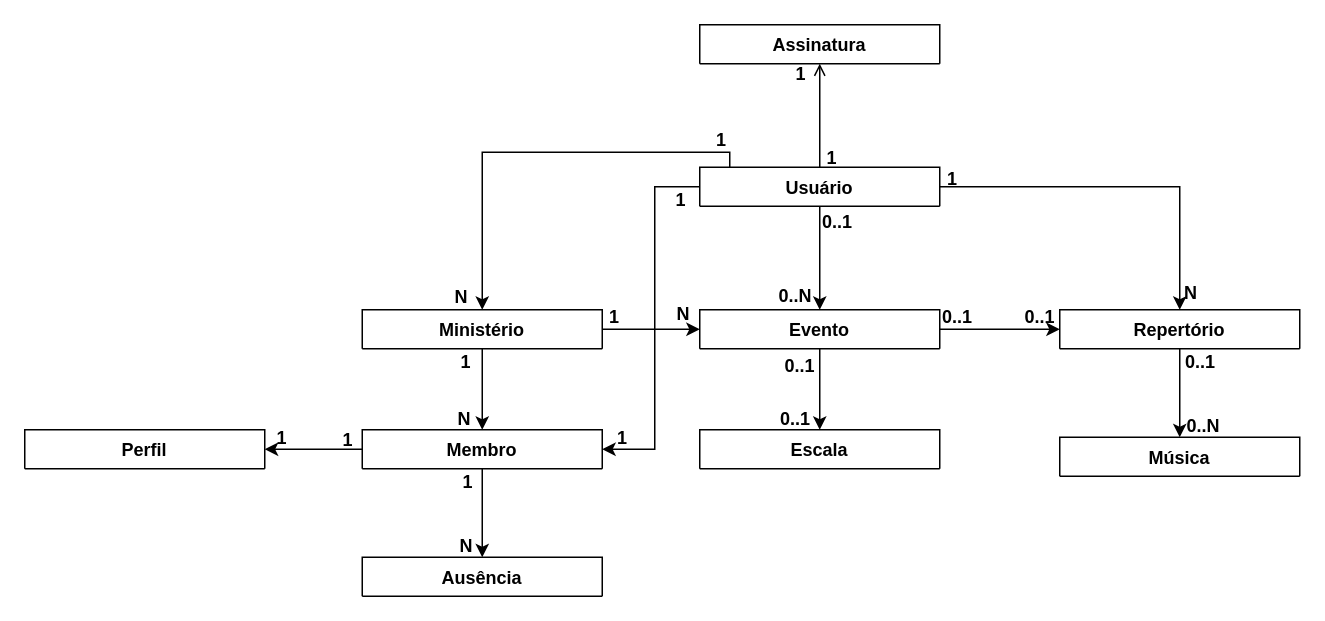
dan-freire/escalamm keeps this draw.io diagram as page "Diag. Classes" (1 of 2) of Diagrama sem nome.drawio. Above is the earlier version. Source tidied: cells renumbered, new cells numbered last; positions are measured from the earlier drawing's top-left corner, leaving out a move shared by most shapes. Both pictures are drawn from the tidied source at 150%, with x=0, y=0 at pixel (24, -81).
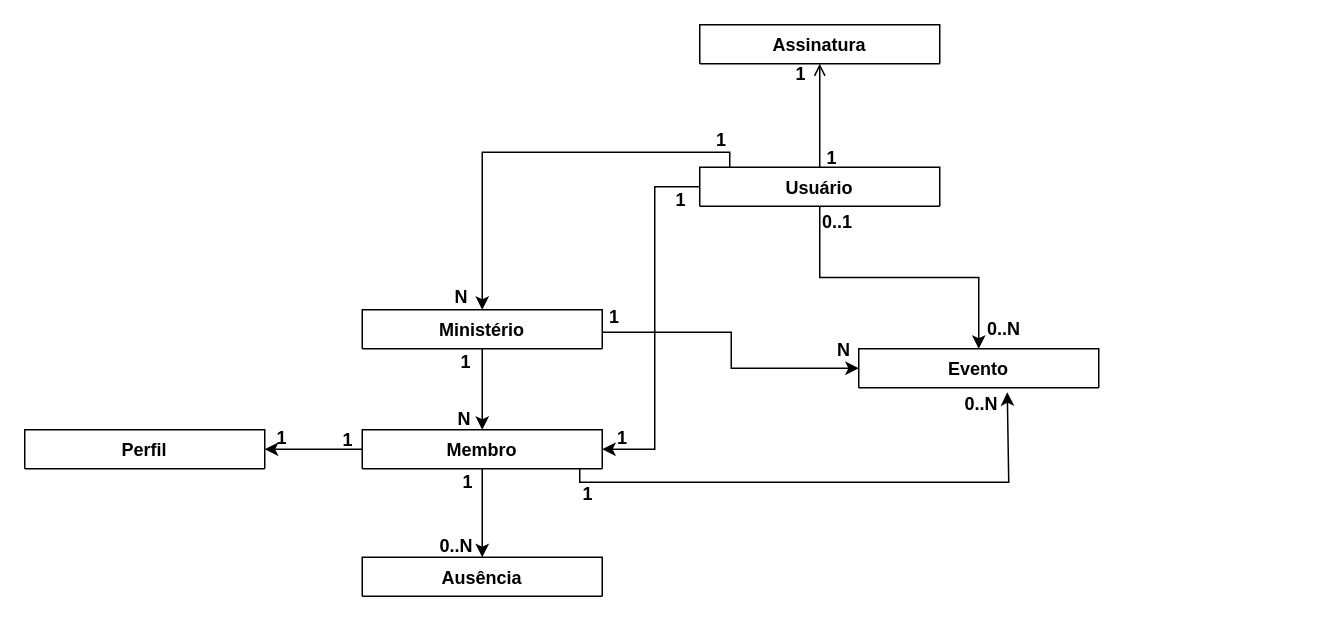
The same diagram, later.

Commit message:
Atulização diagrama caso de uso

Unchanged cells that the change refers to:
```xml
<mxCell id="6" value="Usuário" style="swimlane;fontStyle=1;align=center;verticalAlign=top;horizontal=1;startSize=26;rounded=0;shadow=0;strokeWidth=1;" parent="1" vertex="1" collapsed="1">
  <mxGeometry x="450" y="165" width="160" height="26" as="geometry" />
</mxCell>
<mxCell id="17" value="Membro" style="swimlane;fontStyle=1;align=center;verticalAlign=top;horizontal=1;startSize=26;rounded=0;shadow=0;strokeWidth=1;" parent="1" vertex="1" collapsed="1">
  <mxGeometry x="225" y="340" width="160" height="26" as="geometry" />
</mxCell>
<mxCell id="21" value="Ministério" style="swimlane;fontStyle=1;align=center;verticalAlign=top;horizontal=1;startSize=26;rounded=0;shadow=0;strokeWidth=1;" parent="1" vertex="1" collapsed="1">
  <mxGeometry x="225" y="260" width="160" height="26" as="geometry" />
</mxCell>
```

What changed in the source:
```diff
@@
-    <mxCell id="5" style="edgeStyle=orthogonalEdgeStyle;rounded=0;jettySize=auto;html=1;" parent="1" edge="1" source="6" target="32">
-      <mxGeometry relative="1" as="geometry">
-        <Array as="points">
-          <mxPoint x="770" y="178" />
-        </Array>
-      </mxGeometry>
-    </mxCell>
@@
+    <mxCell id="49" style="edgeStyle=orthogonalEdgeStyle;rounded=0;jettySize=auto;html=1;" parent="1" edge="1" source="17">
+      <mxGeometry relative="1" as="geometry">
+        <mxPoint x="655" y="315" as="targetPoint" />
+        <Array as="points">
+          <mxPoint x="370" y="375" />
+          <mxPoint x="656" y="375" />
+        </Array>
+      </mxGeometry>
+    </mxCell>
@@
-    <mxCell id="18" value="Escala" style="swimlane;fontStyle=1;align=center;verticalAlign=top;horizontal=1;startSize=26;rounded=0;shadow=0;strokeWidth=1;" parent="1" vertex="1" collapsed="1">
-      <mxGeometry x="450" y="340" width="160" height="26" as="geometry" />
-    </mxCell>
@@
-    <mxCell id="20" style="edgeStyle=orthogonalEdgeStyle;rounded=0;jettySize=auto;html=1;fontStyle=1;" parent="1" edge="1" source="21" target="26">
-      <mxGeometry relative="1" as="geometry" />
+    <mxCell id="20" style="rounded=0;jettySize=auto;html=1;fontStyle=1;edgeStyle=orthogonalEdgeStyle;" parent="1" edge="1" source="21" target="26">
+      <mxGeometry relative="1" as="geometry">
+        <Array as="points">
+          <mxPoint x="471" y="275" />
+          <mxPoint x="471" y="299" />
+        </Array>
+      </mxGeometry>
     </mxCell>
@@
-    <mxCell id="24" style="edgeStyle=orthogonalEdgeStyle;rounded=0;jettySize=auto;html=1;entryX=0.5;entryY=0;entryDx=0;entryDy=0;fontStyle=1;" parent="1" edge="1" source="26" target="18">
-      <mxGeometry relative="1" as="geometry" />
-    </mxCell>
-    <mxCell id="25" style="edgeStyle=orthogonalEdgeStyle;rounded=0;jettySize=auto;html=1;fontStyle=1;" parent="1" edge="1" source="26" target="32">
-      <mxGeometry relative="1" as="geometry" />
-    </mxCell>
     <mxCell id="26" value="Evento" style="swimlane;fontStyle=1;align=center;verticalAlign=top;horizontal=1;startSize=26;rounded=0;shadow=0;strokeWidth=1;" parent="1" vertex="1" collapsed="1">
-      <mxGeometry x="450" y="260" width="160" height="26" as="geometry" />
+      <mxGeometry x="556" y="286" width="160" height="26" as="geometry" />
     </mxCell>
@@
     <mxCell id="28" value="N" style="align=left;verticalAlign=bottom;labelBackgroundColor=none;fontSize=12;fontStyle=1;" parent="1" vertex="1">
-      <mxGeometry x="433" y="271" as="geometry" />
+      <mxGeometry x="540" y="295" as="geometry" />
     </mxCell>
-    <mxCell id="29" value="0..1" style="align=right;verticalAlign=bottom;labelBackgroundColor=none;fontSize=12;fontStyle=1;" parent="1" vertex="1">
-      <mxGeometry x="530" y="125" as="geometry">
-        <mxPoint x="-2" y="181" as="offset" />
-      </mxGeometry>
-    </mxCell>
@@
-    <mxCell id="31" style="edgeStyle=elbowEdgeStyle;rounded=0;jettySize=auto;html=1;shadow=0;" parent="1" edge="1" source="32" target="40">
-      <mxGeometry relative="1" as="geometry" />
-    </mxCell>
-    <mxCell id="32" value="Repertório" style="swimlane;fontStyle=1;align=center;verticalAlign=top;horizontal=1;startSize=26;rounded=0;shadow=0;strokeWidth=1;" parent="1" vertex="1" collapsed="1">
-      <mxGeometry x="690" y="260" width="160" height="26" as="geometry" />
-    </mxCell>
-    <mxCell id="33" value="0..1" style="align=right;verticalAlign=bottom;labelBackgroundColor=none;fontSize=12;fontStyle=1;" parent="1" vertex="1">
-      <mxGeometry x="527" y="160" as="geometry">
-        <mxPoint x="-2" y="181" as="offset" />
-      </mxGeometry>
-    </mxCell>
-    <mxCell id="34" value="N" style="align=right;verticalAlign=bottom;labelBackgroundColor=none;fontSize=12;fontStyle=1;" parent="1" vertex="1">
+    <mxCell id="34" value="0..N" style="align=right;verticalAlign=bottom;labelBackgroundColor=none;fontSize=12;fontStyle=1;" parent="1" vertex="1">
       <mxGeometry x="302" y="245" as="geometry">
         <mxPoint x="-2" y="181" as="offset" />
       </mxGeometry>
     </mxCell>
-    <mxCell id="35" value="1" style="align=right;verticalAlign=bottom;labelBackgroundColor=none;fontSize=12;fontStyle=1;" parent="1" vertex="1">
-      <mxGeometry x="625" as="geometry">
-        <mxPoint x="-2" y="181" as="offset" />
-      </mxGeometry>
-    </mxCell>
-    <mxCell id="36" value="0..1" style="align=left;verticalAlign=bottom;labelBackgroundColor=none;fontSize=12;fontStyle=1;" parent="1" vertex="1">
-      <mxGeometry x="610" y="273" as="geometry" />
-    </mxCell>
-    <mxCell id="37" value="0..1" style="align=right;verticalAlign=bottom;labelBackgroundColor=none;fontSize=12;fontStyle=1;" parent="1" vertex="1">
-      <mxGeometry x="797" y="122" as="geometry">
-        <mxPoint x="-2" y="181" as="offset" />
-      </mxGeometry>
-    </mxCell>
     <mxCell id="38" value="0..N" style="align=left;verticalAlign=bottom;labelBackgroundColor=none;fontSize=12;fontStyle=1;" parent="1" vertex="1">
-      <mxGeometry x="501" y="238" as="geometry">
+      <mxGeometry x="640" y="260" as="geometry">
         <mxPoint y="21" as="offset" />
       </mxGeometry>
     </mxCell>
@@
-    <mxCell id="40" value="Música" style="swimlane;fontStyle=1;align=center;verticalAlign=top;horizontal=1;startSize=26;rounded=0;shadow=0;strokeWidth=1;" parent="1" vertex="1" collapsed="1">
-      <mxGeometry x="690" y="345" width="160" height="26" as="geometry" />
-    </mxCell>
-    <mxCell id="41" value="0..N" style="align=right;verticalAlign=bottom;labelBackgroundColor=none;fontSize=12;fontStyle=1;" parent="1" vertex="1">
+    <mxCell id="41" style="align=right;verticalAlign=bottom;labelBackgroundColor=none;fontSize=12;fontStyle=1;" parent="1" vertex="1">
       <mxGeometry x="800" y="165" as="geometry">
         <mxPoint x="-2" y="181" as="offset" />
       </mxGeometry>
     </mxCell>
@@
-    <mxCell id="47" value="N" style="align=right;verticalAlign=bottom;labelBackgroundColor=none;fontSize=12;fontStyle=1;" parent="1" vertex="1">
-      <mxGeometry x="785" y="76" as="geometry">
-        <mxPoint x="-2" y="181" as="offset" />
-      </mxGeometry>
-    </mxCell>
-    <mxCell id="48" value="0..1" style="align=left;verticalAlign=bottom;labelBackgroundColor=none;fontSize=12;fontStyle=1;" parent="1" vertex="1">
-      <mxGeometry x="665" y="273" as="geometry" />
-    </mxCell>
+    <mxCell id="50" value="0..N" style="align=left;verticalAlign=bottom;labelBackgroundColor=none;fontSize=12;fontStyle=1;" parent="1" vertex="1">
+      <mxGeometry x="531" y="304" as="geometry">
+        <mxPoint x="94" y="27" as="offset" />
+      </mxGeometry>
+    </mxCell>
+    <mxCell id="35" value="1" style="align=right;verticalAlign=bottom;labelBackgroundColor=none;fontSize=12;fontStyle=1;" parent="1" vertex="1">
+      <mxGeometry x="636" y="376" as="geometry">
+        <mxPoint x="-256" y="15" as="offset" />
+      </mxGeometry>
+    </mxCell>
```
